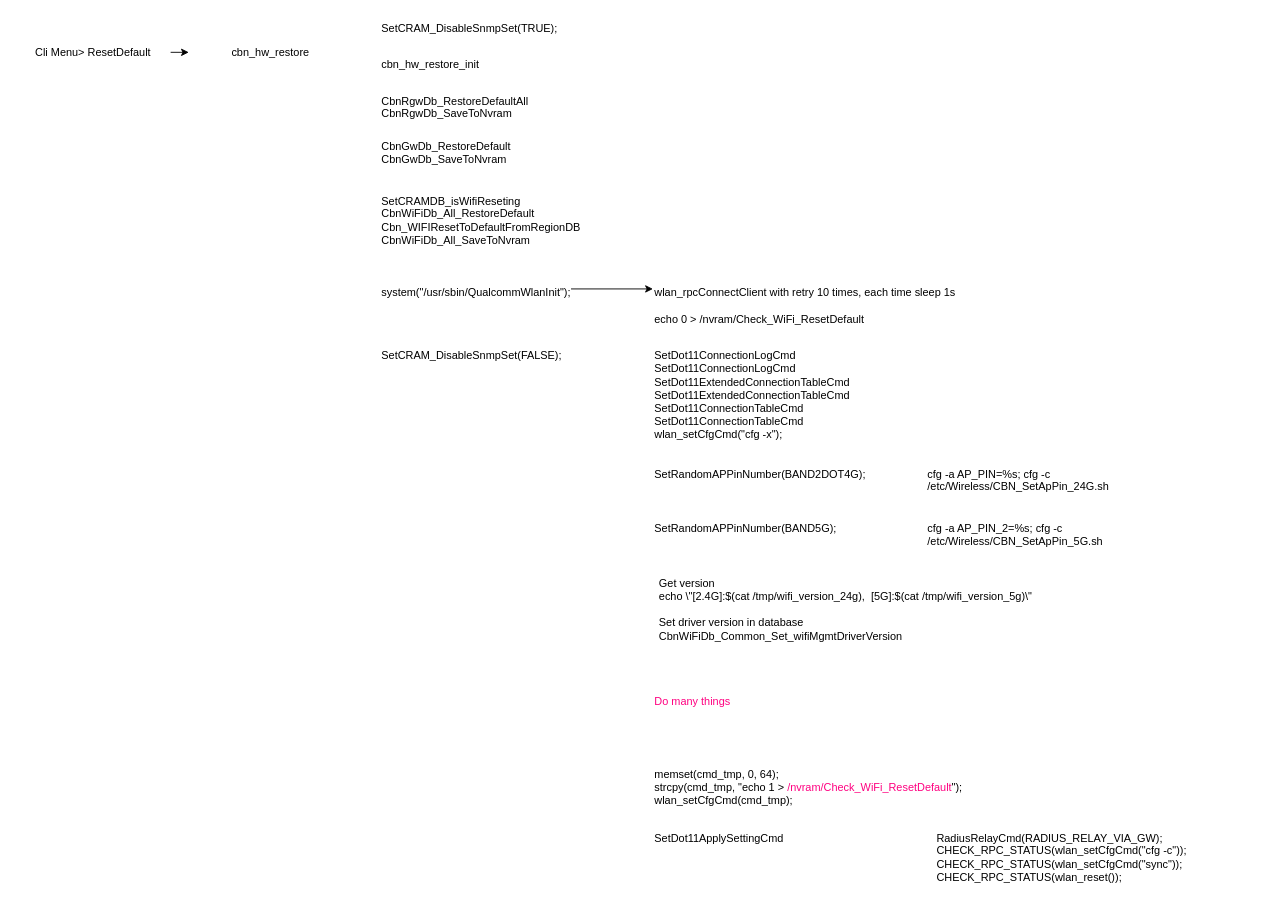
The draw.io diagram page "ResetDefault" (14 of 14) of GW7557.drawio in nelsonchung/drawio, before the edit. Source tidied: cells renumbered, new cells numbered last; positions are measured from the earlier drawing's top-left corner, leaving out a move shared by most shapes. Both pictures are drawn from the tidied source at 91%, with x=0, y=0 at pixel (15, 15).
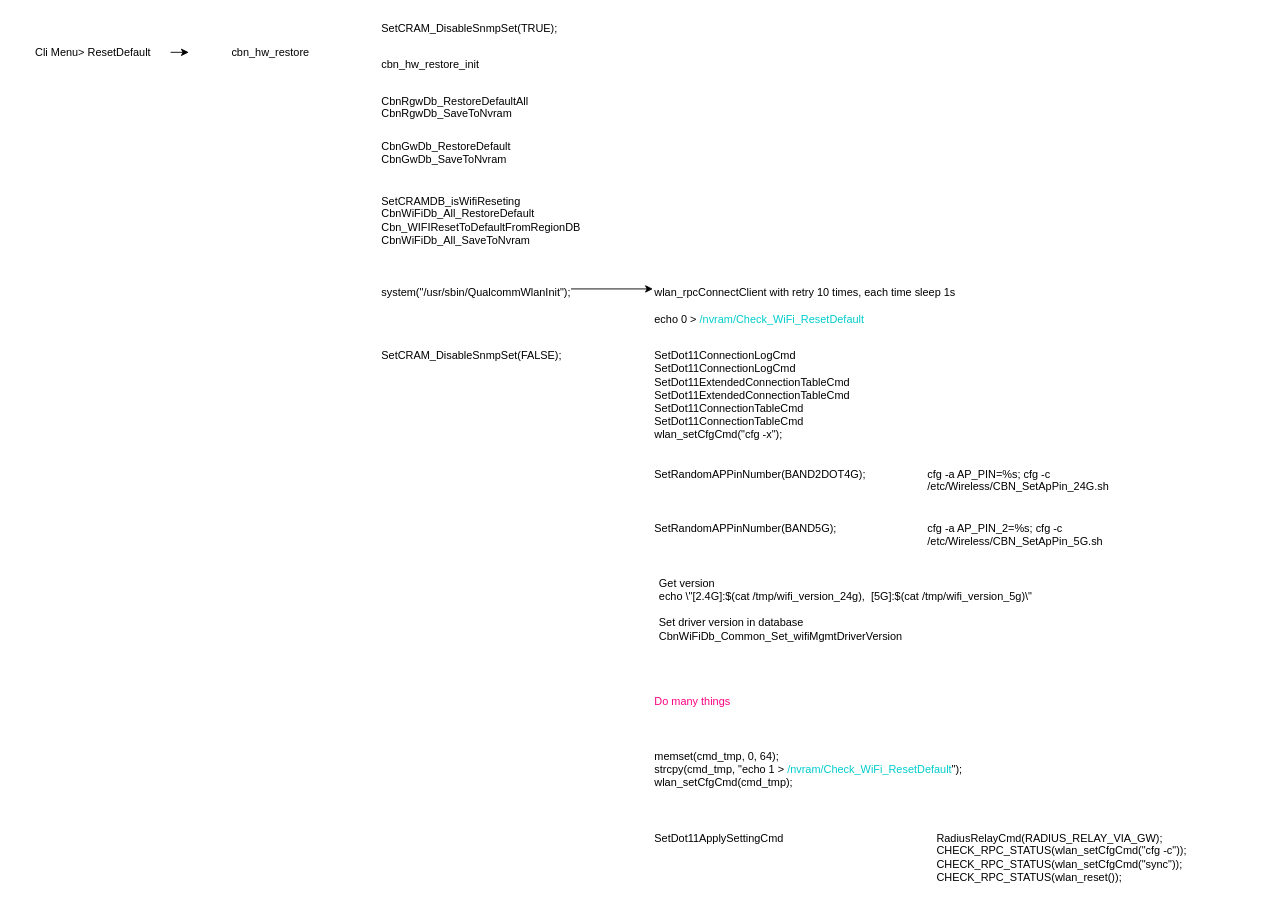
The same page after the edit.

The edit, as a diff of the source:
```diff
@@
-    <mxCell id="14" value="echo 0 &amp;gt; /nvram/Check_WiFi_ResetDefault" style="text;html=1;strokeColor=none;fillColor=none;align=left;verticalAlign=top;whiteSpace=wrap;rounded=0;horizontal=1;" parent="1" vertex="1">
+    <mxCell id="14" value="echo 0 &amp;gt; &lt;font color=&quot;#00cccc&quot;&gt;/nvram/Check_WiFi_ResetDefault&lt;/font&gt;" style="text;html=1;strokeColor=none;fillColor=none;align=left;verticalAlign=top;whiteSpace=wrap;rounded=0;horizontal=1;" parent="1" vertex="1">
       <mxGeometry x="700" y="320" width="370" height="20" as="geometry" />
     </mxCell>
@@
-    <mxCell id="24" value="memset(cmd_tmp, 0, 64);&lt;br&gt;strcpy(cmd_tmp, &quot;echo 1 &amp;gt; &lt;font color=&quot;#ff0080&quot;&gt;/nvram/Check_WiFi_ResetDefault&lt;/font&gt;&quot;);&lt;br&gt;wlan_setCfgCmd(cmd_tmp);&amp;nbsp;" style="text;html=1;strokeColor=none;fillColor=none;align=left;verticalAlign=top;whiteSpace=wrap;rounded=0;horizontal=1;" parent="1" vertex="1">
-      <mxGeometry x="700" y="820" width="450" height="20" as="geometry" />
+    <mxCell id="24" value="memset(cmd_tmp, 0, 64);&lt;br&gt;strcpy(cmd_tmp, &quot;echo 1 &amp;gt; &lt;font color=&quot;#00cccc&quot;&gt;/nvram/Check_WiFi_ResetDefault&lt;/font&gt;&quot;);&lt;br&gt;wlan_setCfgCmd(cmd_tmp);&amp;nbsp;" style="text;html=1;strokeColor=none;fillColor=none;align=left;verticalAlign=top;whiteSpace=wrap;rounded=0;horizontal=1;" parent="1" vertex="1">
+      <mxGeometry x="700" y="800" width="450" height="60" as="geometry" />
     </mxCell>
```
